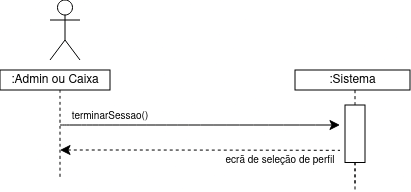
Earlier version of the draw.io export Documentation/Iteration01/diagramas/uc14.png (compaqle/fsoft2026_1DB_3). Source tidied: cells renumbered, new cells last; positions are measured from the earlier drawing's top-left corner, leaving out a move shared by most shapes.
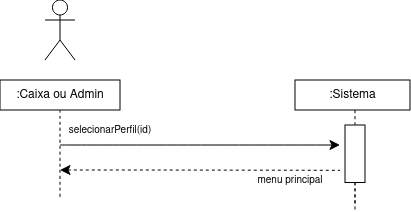
Later version of the same file.

What changed in the source:
```diff
@@ -8,8 +8,8 @@
         <mxPoint x="340" y="125" as="targetPoint" />
       </mxGeometry>
     </mxCell>
-    <mxCell id="3" value="&lt;font style=&quot;font-size: 10px;&quot;&gt;terminarSessao()&lt;/font&gt;" style="text;html=1;whiteSpace=wrap;strokeColor=none;fillColor=none;align=center;verticalAlign=middle;rounded=0;fontSize=16;" parent="1" vertex="1">
-      <mxGeometry x="30" y="100" width="160" height="30" as="geometry" />
+    <mxCell id="3" value="&lt;font style=&quot;font-size: 10px;&quot;&gt;selecionarPerfil(id)&lt;/font&gt;" style="text;html=1;whiteSpace=wrap;strokeColor=none;fillColor=none;align=center;verticalAlign=middle;rounded=0;fontSize=16;" parent="1" vertex="1">
+      <mxGeometry x="30" y="93.8" width="160" height="30" as="geometry" />
     </mxCell>
     <mxCell id="4" style="edgeStyle=none;curved=1;rounded=0;orthogonalLoop=1;jettySize=auto;html=1;fontSize=12;startSize=8;endSize=8;startArrow=classic;startFill=1;endArrow=none;endFill=0;dashed=1;" parent="1" edge="1">
       <mxGeometry relative="1" as="geometry">
@@ -40,21 +40,21 @@
       </mxGeometry>
     </mxCell>
     <mxCell id="9" value="&lt;br&gt;&lt;div&gt;&lt;br&gt;&lt;/div&gt;" style="shape=umlActor;verticalLabelPosition=bottom;verticalAlign=top;html=1;" parent="1" vertex="1">
-      <mxGeometry x="50" width="30" height="60" as="geometry" />
+      <mxGeometry x="45" y="-20" width="30" height="60" as="geometry" />
     </mxCell>
     <mxCell id="10" style="edgeStyle=none;jettySize=auto;html=1;rounded=0;fontSize=12;startSize=8;endSize=8;curved=1;endArrow=none;endFill=0;dashed=1;exitX=1;exitY=0.5;exitDx=0;exitDy=0;" parent="1" edge="1" source="7">
       <mxGeometry relative="1" as="geometry">
         <mxPoint x="355" y="190" as="targetPoint" />
       </mxGeometry>
     </mxCell>
-    <mxCell id="11" value="&lt;font style=&quot;font-size: 10px;&quot;&gt;ecrã de seleção de perfil&lt;/font&gt;" style="text;html=1;whiteSpace=wrap;strokeColor=none;fillColor=none;align=center;verticalAlign=middle;rounded=0;fontSize=16;" parent="1" vertex="1">
-      <mxGeometry x="220" y="143.8" width="120" height="30" as="geometry" />
+    <mxCell id="11" value="&lt;font style=&quot;font-size: 10px;&quot;&gt;menu principal&lt;/font&gt;" style="text;html=1;whiteSpace=wrap;strokeColor=none;fillColor=none;align=center;verticalAlign=middle;rounded=0;fontSize=16;" parent="1" vertex="1">
+      <mxGeometry x="240" y="143.8" width="100" height="30" as="geometry" />
     </mxCell>
+    <mxCell id="14" value=":Caixa ou Admin" style="rounded=0;whiteSpace=wrap;html=1;" parent="1" vertex="1">
+      <mxGeometry y="60" width="120" height="30" as="geometry" />
+    </mxCell>
     <mxCell id="12" value=":Sistema" style="rounded=0;whiteSpace=wrap;html=1;" parent="1" vertex="1">
-      <mxGeometry x="295" y="70" width="115" height="20" as="geometry" />
+      <mxGeometry x="295" y="60" width="115" height="30" as="geometry" />
     </mxCell>
-    <mxCell id="13" value=":Admin ou Caixa" style="rounded=0;whiteSpace=wrap;html=1;" parent="1" vertex="1">
-      <mxGeometry y="70" width="110" height="20" as="geometry" />
-    </mxCell>
   </root>
 </mxGraphModel>
```
